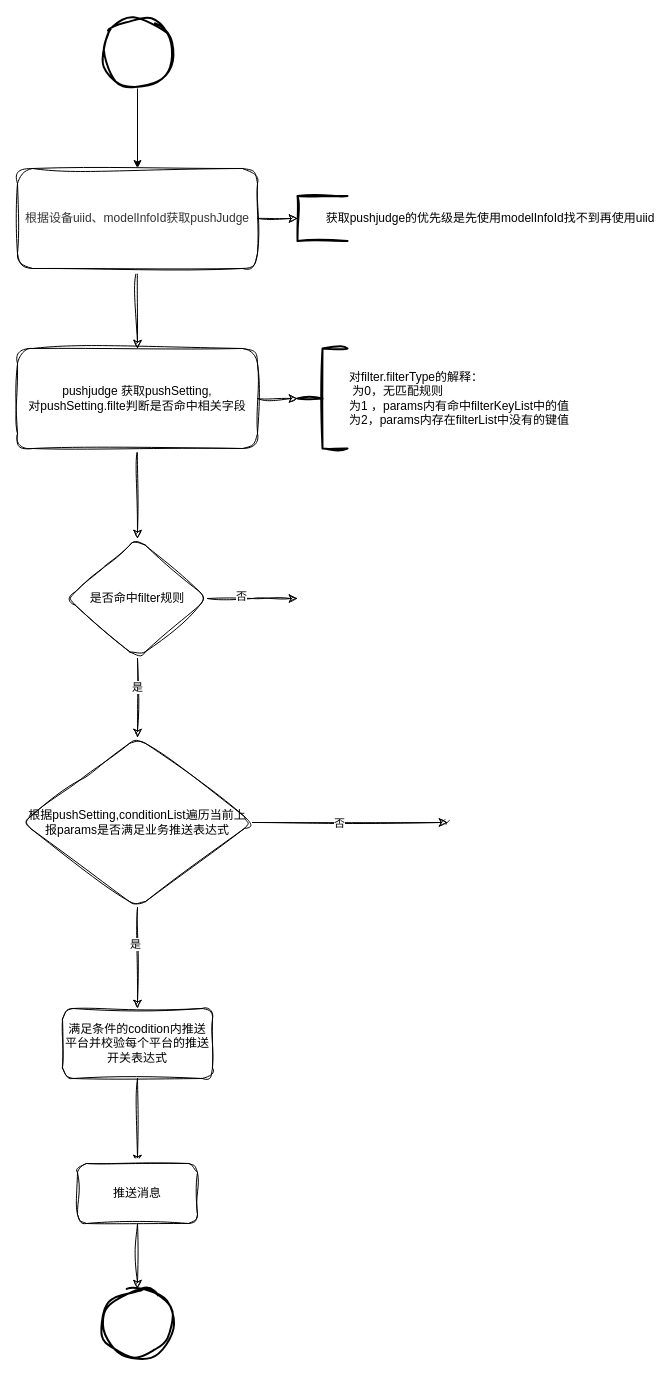
This is coolkit/协议处理_自定义推送流程.drawio from Lyotoc/Lyotoc.github.io, a draw.io file, before an edit. Source tidied: cells renumbered, new cells numbered last; positions are measured from the earlier drawing's top-left corner, leaving out a move shared by most shapes. Both pictures are drawn from the tidied source at 100%, with x=0, y=0 at pixel (17, 18).
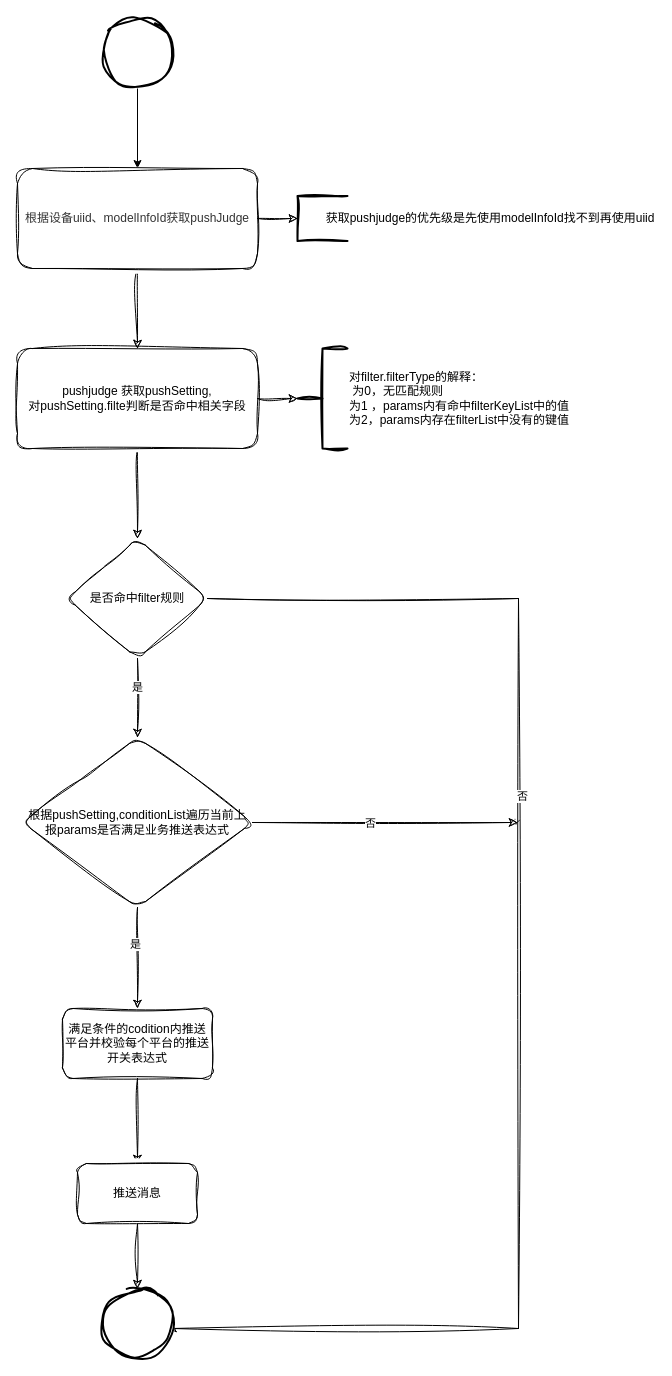
The same page after the edit.

The change refers to these unchanged cells:
```xml
<mxCell id="16" value="是否命中filter规则" style="rhombus;whiteSpace=wrap;html=1;rounded=1;sketch=1;curveFitting=1;jiggle=2;" parent="1" vertex="1">
  <mxGeometry x="50" y="520" width="140" height="120" as="geometry" />
</mxCell>
<mxCell id="27" style="strokeWidth=2;html=1;shape=mxgraph.flowchart.start_2;whiteSpace=wrap;sketch=1;curveFitting=1;jiggle=2;" parent="1" vertex="1">
  <mxGeometry x="85" y="1270" width="70" height="70" as="geometry" />
</mxCell>
```

The edit, as a diff of the source:
```diff
@@
-    <mxCell id="12" style="edgeStyle=orthogonalEdgeStyle;rounded=0;sketch=1;hachureGap=4;jiggle=2;curveFitting=1;jettySize=auto;html=1;" parent="1" edge="1" source="16">
+    <mxCell id="12" style="edgeStyle=orthogonalEdgeStyle;rounded=0;sketch=1;hachureGap=4;jiggle=2;curveFitting=1;jettySize=auto;html=1;entryX=1;entryY=0.5;entryDx=0;entryDy=0;entryPerimeter=0;exitX=1;exitY=0.5;exitDx=0;exitDy=0;" parent="1" edge="1" source="16" target="27">
       <mxGeometry relative="1" as="geometry">
-        <mxPoint x="280" y="580" as="targetPoint" />
+        <Array as="points">
+          <mxPoint x="501" y="580" />
+          <mxPoint x="501" y="1310" />
+          <mxPoint x="155" y="1310" />
+        </Array>
       </mxGeometry>
     </mxCell>
@@
     <mxCell id="22" style="shape=waypoint;sketch=1;size=6;points=[];fillColor=default;perimeter=centerPerimeter;snapToPoint=1;rounded=1;curveFitting=1;jiggle=2;" parent="1" vertex="1">
-      <mxGeometry x="420" y="794" width="20" height="20" as="geometry" />
+      <mxGeometry x="490" y="794" width="20" height="20" as="geometry" />
     </mxCell>
```
